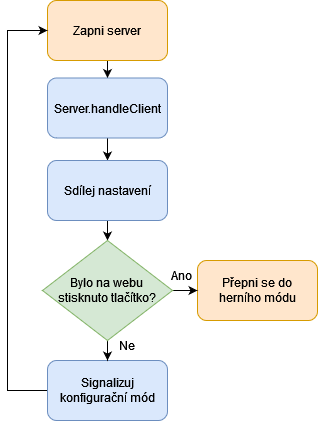
Above: text/obrazky/blokove_schema_modu_CONFIGURATION.png in renata7zemanova/Semafor (draw.io), before the change. Source tidied: cells renumbered, new cells last; positions are measured from the earlier drawing's top-left corner, leaving out a move shared by most shapes.
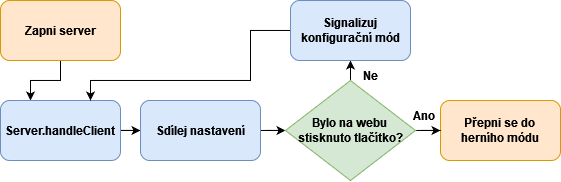
After the change.

Change to the diagram source:
```diff
@@ -2,53 +2,58 @@
   <root>
     <mxCell id="0" />
     <mxCell id="1" parent="0" />
-    <mxCell id="2" style="edgeStyle=orthogonalEdgeStyle;rounded=0;jettySize=auto;html=1;" parent="1" edge="1" source="3" target="5">
-      <mxGeometry relative="1" as="geometry" />
+    <mxCell id="2" style="edgeStyle=orthogonalEdgeStyle;rounded=0;jettySize=auto;html=1;fontStyle=1;" parent="1" edge="1" source="3" target="5">
+      <mxGeometry relative="1" as="geometry">
+        <Array as="points">
+          <mxPoint x="-190" y="240" />
+          <mxPoint x="-220" y="240" />
+        </Array>
+      </mxGeometry>
     </mxCell>
-    <mxCell id="3" value="Zapni server" style="rounded=1;whiteSpace=wrap;html=1;fillColor=#ffe6cc;strokeColor=#d79b00;" parent="1" vertex="1">
-      <mxGeometry x="40" width="120" height="60" as="geometry" />
+    <mxCell id="3" value="Zapni server" style="rounded=1;whiteSpace=wrap;html=1;fillColor=#ffe6cc;strokeColor=#d79b00;fontStyle=1;" parent="1" vertex="1">
+      <mxGeometry x="-250" y="160" width="120" height="60" as="geometry" />
     </mxCell>
-    <mxCell id="4" style="edgeStyle=orthogonalEdgeStyle;rounded=0;jettySize=auto;html=1;" parent="1" edge="1" source="5" target="7">
+    <mxCell id="4" style="edgeStyle=orthogonalEdgeStyle;rounded=0;jettySize=auto;html=1;entryX=0;entryY=0.5;entryDx=0;entryDy=0;fontStyle=1;" parent="1" edge="1" source="5" target="7">
       <mxGeometry relative="1" as="geometry" />
     </mxCell>
-    <mxCell id="5" value="Server.handleClient" style="rounded=1;whiteSpace=wrap;html=1;fillColor=#dae8fc;strokeColor=#6c8ebf;" parent="1" vertex="1">
-      <mxGeometry x="40" y="77.5" width="120" height="60" as="geometry" />
+    <mxCell id="5" value="Server.handleClient" style="rounded=1;whiteSpace=wrap;html=1;fillColor=#dae8fc;strokeColor=#6c8ebf;fontStyle=1;" parent="1" vertex="1">
+      <mxGeometry x="-250" y="260" width="120" height="60" as="geometry" />
     </mxCell>
-    <mxCell id="6" style="edgeStyle=orthogonalEdgeStyle;rounded=0;jettySize=auto;html=1;entryX=0.5;entryY=0;entryDx=0;entryDy=0;" parent="1" edge="1" source="7" target="13">
+    <mxCell id="6" style="edgeStyle=orthogonalEdgeStyle;rounded=0;jettySize=auto;html=1;entryX=0;entryY=0.5;entryDx=0;entryDy=0;fontStyle=1;" parent="1" edge="1" source="7" target="13">
       <mxGeometry relative="1" as="geometry" />
     </mxCell>
-    <mxCell id="7" value="Sdílej nastavení" style="rounded=1;whiteSpace=wrap;html=1;fillColor=#dae8fc;strokeColor=#6c8ebf;" parent="1" vertex="1">
-      <mxGeometry x="40" y="160" width="120" height="60" as="geometry" />
+    <mxCell id="7" value="Sdílej nastavení" style="rounded=1;whiteSpace=wrap;html=1;fillColor=#dae8fc;strokeColor=#6c8ebf;fontStyle=1;" parent="1" vertex="1">
+      <mxGeometry x="-110" y="260" width="120" height="60" as="geometry" />
     </mxCell>
-    <mxCell id="8" style="edgeStyle=orthogonalEdgeStyle;rounded=0;jettySize=auto;html=1;" parent="1" edge="1" source="9">
-      <mxGeometry relative="1" as="geometry">
-        <mxPoint x="40" y="30" as="targetPoint" />
-        <Array as="points">
-          <mxPoint y="390" />
-          <mxPoint y="30" />
-        </Array>
-      </mxGeometry>
-    </mxCell>
-    <mxCell id="9" value="Signalizuj konfigurační mód" style="rounded=1;whiteSpace=wrap;html=1;fillColor=#dae8fc;strokeColor=#6c8ebf;" parent="1" vertex="1">
-      <mxGeometry x="40" y="360" width="120" height="60" as="geometry" />
-    </mxCell>
-    <mxCell id="10" value="&lt;div&gt;Přepni se do &lt;br&gt;&lt;/div&gt;&lt;div&gt;herního módu&lt;/div&gt;" style="rounded=1;whiteSpace=wrap;html=1;fillColor=#ffe6cc;strokeColor=#d79b00;" parent="1" vertex="1">
+    <mxCell id="10" value="&lt;div&gt;Přepni se do &lt;br&gt;&lt;/div&gt;&lt;div&gt;herního módu&lt;/div&gt;" style="rounded=1;whiteSpace=wrap;html=1;fillColor=#ffe6cc;strokeColor=#d79b00;fontStyle=1;" parent="1" vertex="1">
       <mxGeometry x="190" y="260" width="120" height="60" as="geometry" />
     </mxCell>
+    <mxCell id="12" style="edgeStyle=orthogonalEdgeStyle;rounded=0;jettySize=auto;html=1;entryX=0;entryY=0.5;entryDx=0;entryDy=0;fontStyle=1;" parent="1" edge="1" source="13" target="10">
+      <mxGeometry relative="1" as="geometry" />
+    </mxCell>
-    <mxCell id="11" style="edgeStyle=orthogonalEdgeStyle;rounded=0;jettySize=auto;html=1;" parent="1" edge="1" source="13" target="9">
+    <mxCell id="11" style="edgeStyle=orthogonalEdgeStyle;rounded=0;jettySize=auto;html=1;fontStyle=1;" parent="1" edge="1" source="13" target="9">
       <mxGeometry relative="1" as="geometry" />
     </mxCell>
-    <mxCell id="12" style="edgeStyle=orthogonalEdgeStyle;rounded=0;jettySize=auto;html=1;entryX=0;entryY=0.5;entryDx=0;entryDy=0;" parent="1" edge="1" source="13" target="10">
-      <mxGeometry relative="1" as="geometry" />
-    </mxCell>
-    <mxCell id="13" value="&lt;div&gt;Bylo na webu &lt;br&gt;&lt;/div&gt;&lt;div&gt;stisknuto tlačítko?&lt;/div&gt;" style="rhombus;whiteSpace=wrap;html=1;fillColor=#d5e8d4;strokeColor=#82b366;" parent="1" vertex="1">
+    <mxCell id="13" value="&lt;div&gt;Bylo na webu &lt;br&gt;&lt;/div&gt;&lt;div&gt;stisknuto tlačítko?&lt;/div&gt;" style="rhombus;whiteSpace=wrap;html=1;fillColor=#d5e8d4;strokeColor=#82b366;fontStyle=1;" parent="1" vertex="1">
       <mxGeometry x="35" y="240" width="130" height="100" as="geometry" />
     </mxCell>
-    <mxCell id="14" value="Ne" style="text;html=1;strokeColor=none;fillColor=none;align=center;verticalAlign=middle;whiteSpace=wrap;rounded=0;" parent="1" vertex="1">
-      <mxGeometry x="90" y="330" width="60" height="30" as="geometry" />
+    <mxCell id="14" value="Ne" style="text;html=1;strokeColor=none;fillColor=none;align=center;verticalAlign=middle;whiteSpace=wrap;rounded=0;fontStyle=1;" parent="1" vertex="1">
+      <mxGeometry x="90" y="220" width="60" height="30" as="geometry" />
     </mxCell>
-    <mxCell id="15" value="Ano" style="text;html=1;strokeColor=none;fillColor=none;align=center;verticalAlign=middle;whiteSpace=wrap;rounded=0;" parent="1" vertex="1">
+    <mxCell id="15" value="Ano" style="text;html=1;strokeColor=none;fillColor=none;align=center;verticalAlign=middle;whiteSpace=wrap;rounded=0;fontStyle=1;" parent="1" vertex="1">
       <mxGeometry x="144" y="260" width="60" height="30" as="geometry" />
     </mxCell>
+    <mxCell id="16" style="edgeStyle=orthogonalEdgeStyle;rounded=0;jettySize=auto;html=1;entryX=0.75;entryY=0;entryDx=0;entryDy=0;fontStyle=1;" parent="1" edge="1" source="9" target="5">
+      <mxGeometry relative="1" as="geometry">
+        <Array as="points">
+          <mxPoint y="190" />
+          <mxPoint y="240" />
+          <mxPoint x="-160" y="240" />
+        </Array>
+      </mxGeometry>
+    </mxCell>
+    <mxCell id="9" value="Signalizuj konfigurační mód" style="rounded=1;whiteSpace=wrap;html=1;fillColor=#dae8fc;strokeColor=#6c8ebf;fontStyle=1;" parent="1" vertex="1">
+      <mxGeometry x="40" y="160" width="120" height="60" as="geometry" />
+    </mxCell>
   </root>
 </mxGraphModel>
```
